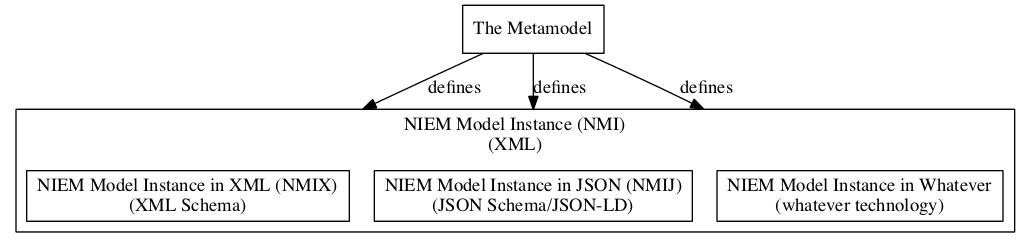
NIEM/NIEM-Metamodel keeps this Graphviz diagram as Intro to NIEM Model Instances/diagrams/terminology.png. Above is the earlier version. Its source is kept beside it as Intro to NIEM Model Instances/diagrams/terminology.dot. The source it was exported from:
```dot
digraph terms {

compound=true;

	metamodel[label="The Metamodel", shape="box"];

	subgraph cluster0 {

		label="NIEM Model Instance (NMI)\n(XML)";

		nmix[label="NIEM Model Instance in XML (NMIX)\n(XML Schema)", shape="box"];
		nmij[label="NIEM Model Instance in JSON (NMIJ)\n(JSON Schema/JSON-LD)", shape="box"];
		nmiw[label="NIEM Model Instance in Whatever\n(whatever technology)", shape="box"];

	}


	metamodel -> nmix[lhead="cluster0", label="defines"];
	metamodel -> nmij[lhead="cluster0", label="defines"];
	metamodel -> nmiw[lhead="cluster0", label="defines"];

}
```
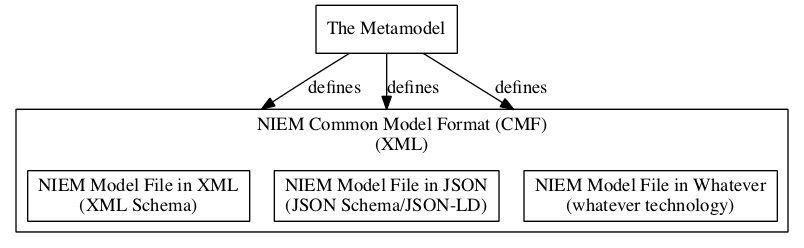
Later version of the same file.

Commit message:
Updated to use CMF terminology

Change to the diagram source:
```diff
@@ -6,11 +6,11 @@
 
 	subgraph cluster0 {
 
-		label="NIEM Model Instance (NMI)\n(XML)";
+		label="NIEM Common Model Format (CMF)\n(XML)";
 
-		nmix[label="NIEM Model Instance in XML (NMIX)\n(XML Schema)", shape="box"];
-		nmij[label="NIEM Model Instance in JSON (NMIJ)\n(JSON Schema/JSON-LD)", shape="box"];
-		nmiw[label="NIEM Model Instance in Whatever\n(whatever technology)", shape="box"];
+		nmix[label="NIEM Model File in XML\n(XML Schema)", shape="box"];
+		nmij[label="NIEM Model File in JSON\n(JSON Schema/JSON-LD)", shape="box"];
+		nmiw[label="NIEM Model File in Whatever\n(whatever technology)", shape="box"];
 
 	}
 
```
